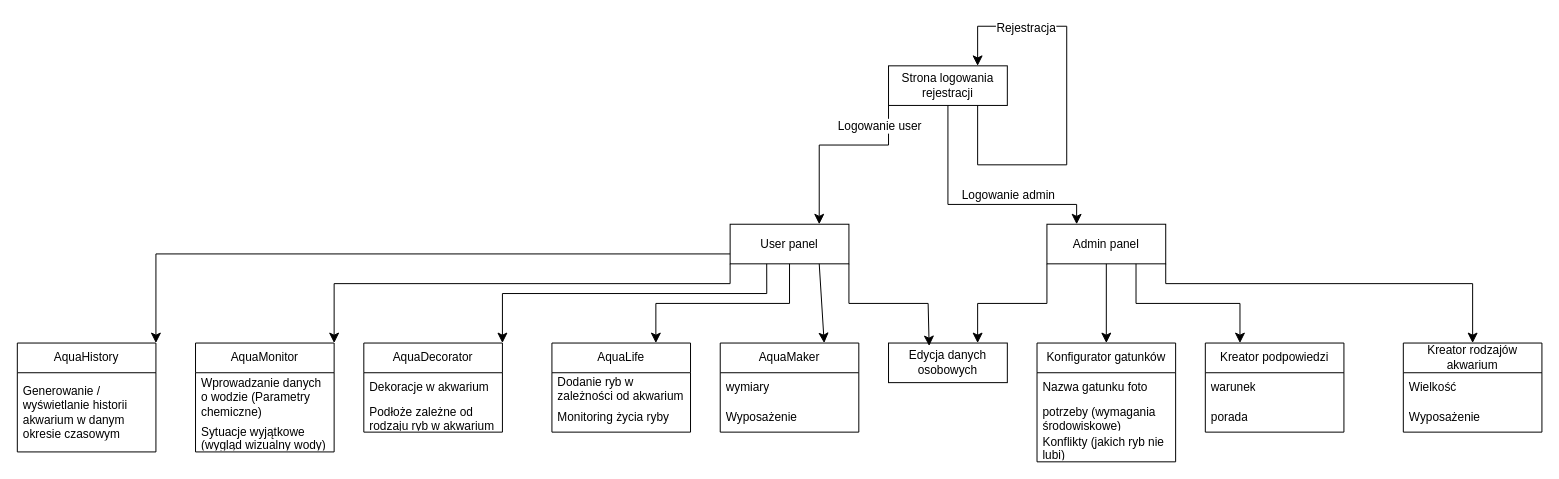
MrGrzesiek/AquaFriends keeps this draw.io diagram as Dokumentacja/front flow.drawio. Above is the earlier version. Source tidied: cells renumbered, new cells numbered last; positions are measured from the earlier drawing's top-left corner, leaving out a move shared by most shapes. Both pictures are drawn from the tidied source at 99%, with x=0, y=0 at pixel (17, 26).
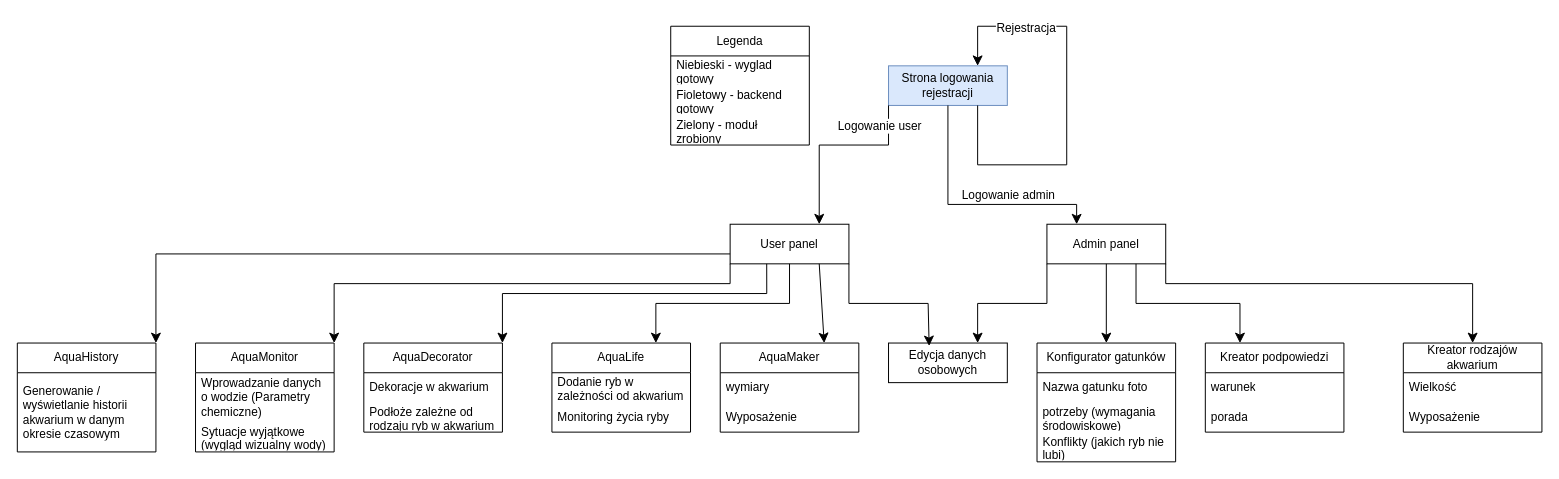
Above is the later version.

Change to the diagram source:
```diff
@@
-    <mxCell id="2" value="Strona logowania rejestracji" style="rounded=0;whiteSpace=wrap;html=1;" parent="1" vertex="1">
+    <mxCell id="2" value="Strona logowania rejestracji" style="rounded=0;whiteSpace=wrap;html=1;fillColor=#dae8fc;strokeColor=#6c8ebf;" parent="1" vertex="1">
       <mxGeometry x="880" y="40" width="120" height="40" as="geometry" />
     </mxCell>
@@
+    <mxCell id="46" value="Legenda" style="swimlane;fontStyle=0;horizontal=1;startSize=30;whiteSpace=wrap;html=1;" parent="1" vertex="1">
+      <mxGeometry x="660" width="140" height="120" as="geometry" />
+    </mxCell>
+    <mxCell id="47" value="Niebieski - wyglad gotowy" style="text;strokeColor=none;fillColor=none;align=left;verticalAlign=middle;spacingLeft=4;spacingRight=4;overflow=hidden;whiteSpace=wrap;html=1;" parent="46" vertex="1">
+      <mxGeometry y="30" width="140" height="30" as="geometry" />
+    </mxCell>
+    <mxCell id="48" value="Fioletowy - backend gotowy" style="text;strokeColor=none;fillColor=none;align=left;verticalAlign=middle;spacingLeft=4;spacingRight=4;overflow=hidden;whiteSpace=wrap;html=1;" parent="46" vertex="1">
+      <mxGeometry y="60" width="140" height="30" as="geometry" />
+    </mxCell>
+    <mxCell id="49" value="Zielony - moduł zrobiony" style="text;strokeColor=none;fillColor=none;align=left;verticalAlign=middle;spacingLeft=4;spacingRight=4;overflow=hidden;whiteSpace=wrap;html=1;" parent="46" vertex="1">
+      <mxGeometry y="90" width="140" height="30" as="geometry" />
+    </mxCell>
```
